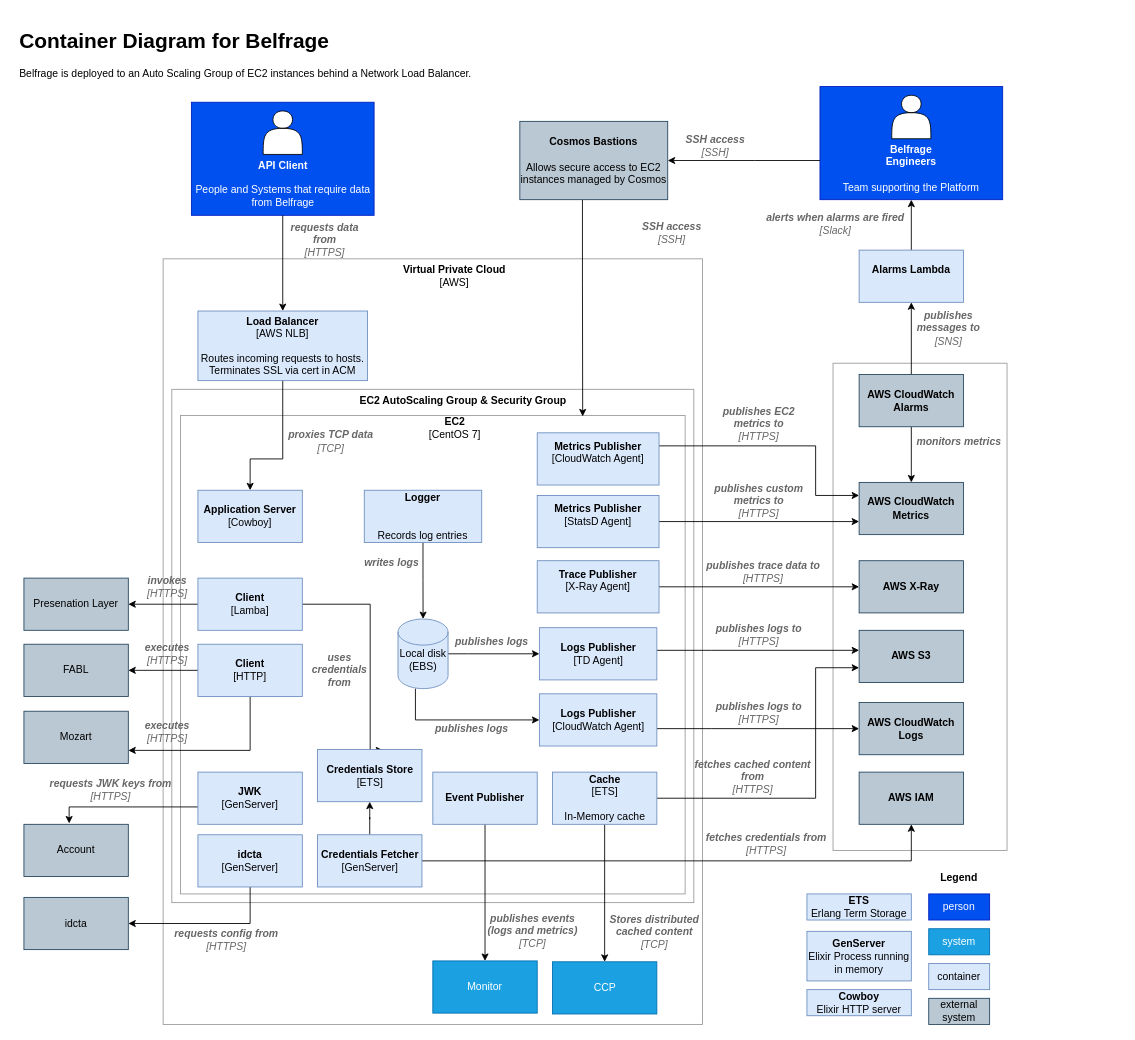
Before: docs/source/architecture/c4-level-2.drawio in tracy-o/learning-day, a draw.io diagram. Source tidied: cells renumbered, new cells numbered last; positions are measured from the earlier drawing's top-left corner, leaving out a move shared by most shapes. Both pictures are drawn from the tidied source at 87%, with x=0, y=0 at pixel (15, 23).
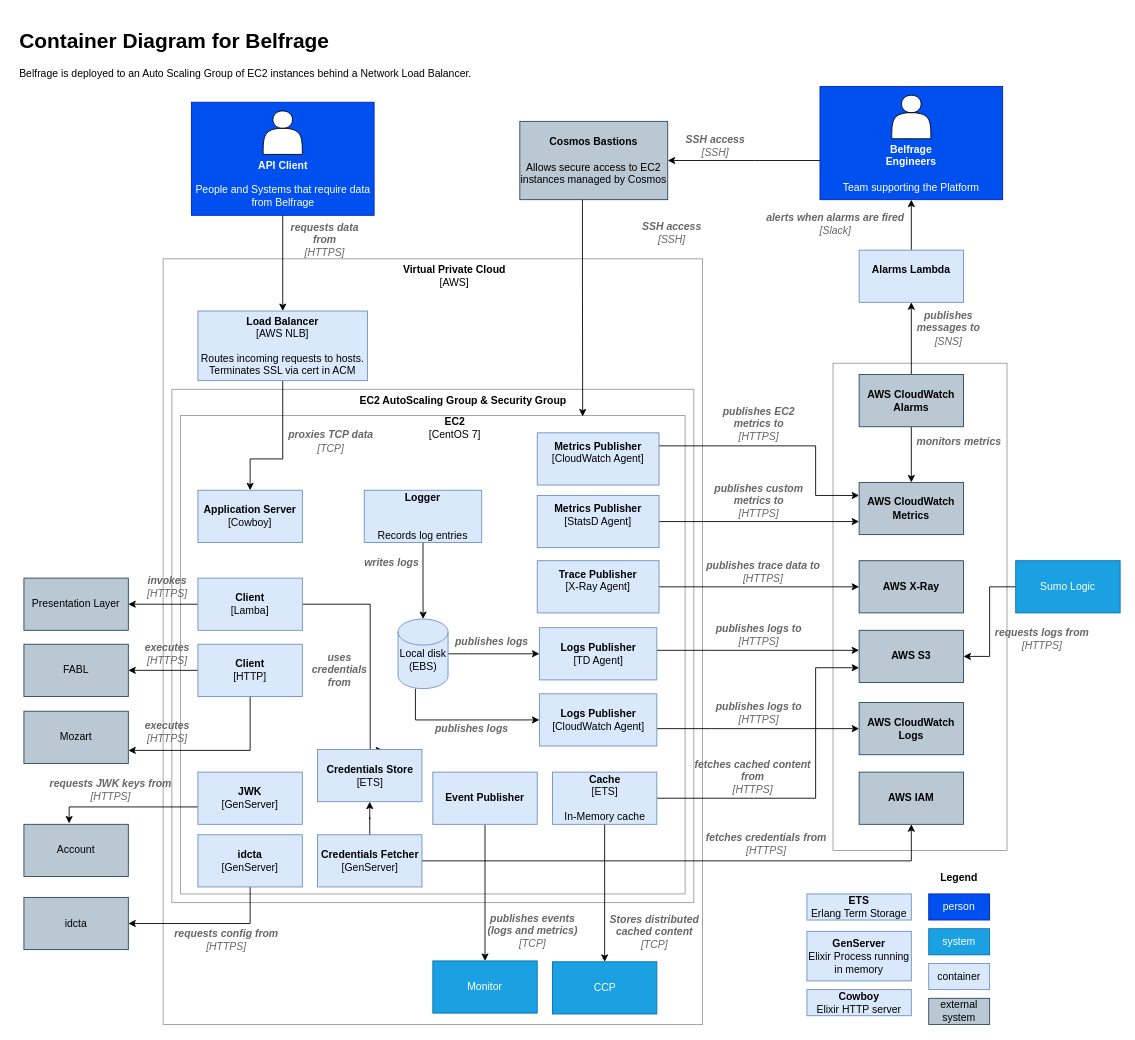
The same diagram, later.

Commit message (it also covers changes not shown here):
Add Sumo Logic to the Level 2 C4 Diagram

Unchanged cells that the change refers to:
```xml
<mxCell id="30" value="&lt;b&gt;AWS S3&lt;/b&gt;" style="rounded=0;whiteSpace=wrap;html=1;fillColor=#bac8d3;strokeColor=#23445d;" parent="1" vertex="1">
  <mxGeometry x="970" y="697" width="120" height="60" as="geometry" />
</mxCell>
```

What changed in the source:
```diff
@@
-    <mxCell id="44" value="Presenation Layer" style="rounded=0;whiteSpace=wrap;html=1;fillColor=#bac8d3;strokeColor=#23445d;" parent="1" vertex="1">
+    <mxCell id="44" value="Presentation Layer" style="rounded=0;whiteSpace=wrap;html=1;fillColor=#bac8d3;strokeColor=#23445d;" parent="1" vertex="1">
       <mxGeometry x="10" y="637" width="120" height="60" as="geometry" />
     </mxCell>
@@
+    <mxCell id="107" style="edgeStyle=orthogonalEdgeStyle;rounded=0;jettySize=auto;html=1;entryX=1;entryY=0.5;entryDx=0;entryDy=0;" parent="1" edge="1" source="108" target="30">
+      <mxGeometry relative="1" as="geometry" />
+    </mxCell>
+    <mxCell id="108" value="Sumo Logic" style="rounded=0;whiteSpace=wrap;html=1;fillColor=#1ba1e2;strokeColor=#006EAF;fontColor=#ffffff;" parent="1" vertex="1">
+      <mxGeometry x="1150" y="617" width="120" height="60" as="geometry" />
+    </mxCell>
+    <mxCell id="109" value="&lt;i&gt;&lt;font color=&quot;#666666&quot;&gt;&lt;b&gt;requests logs from&lt;/b&gt;&lt;br&gt;[HTTPS]&lt;br&gt;&lt;/font&gt;&lt;/i&gt;" style="text;html=1;strokeColor=none;fillColor=none;align=center;verticalAlign=middle;whiteSpace=wrap;rounded=0;" parent="1" vertex="1">
+      <mxGeometry x="1119" y="697" width="123" height="20" as="geometry" />
+    </mxCell>
```
